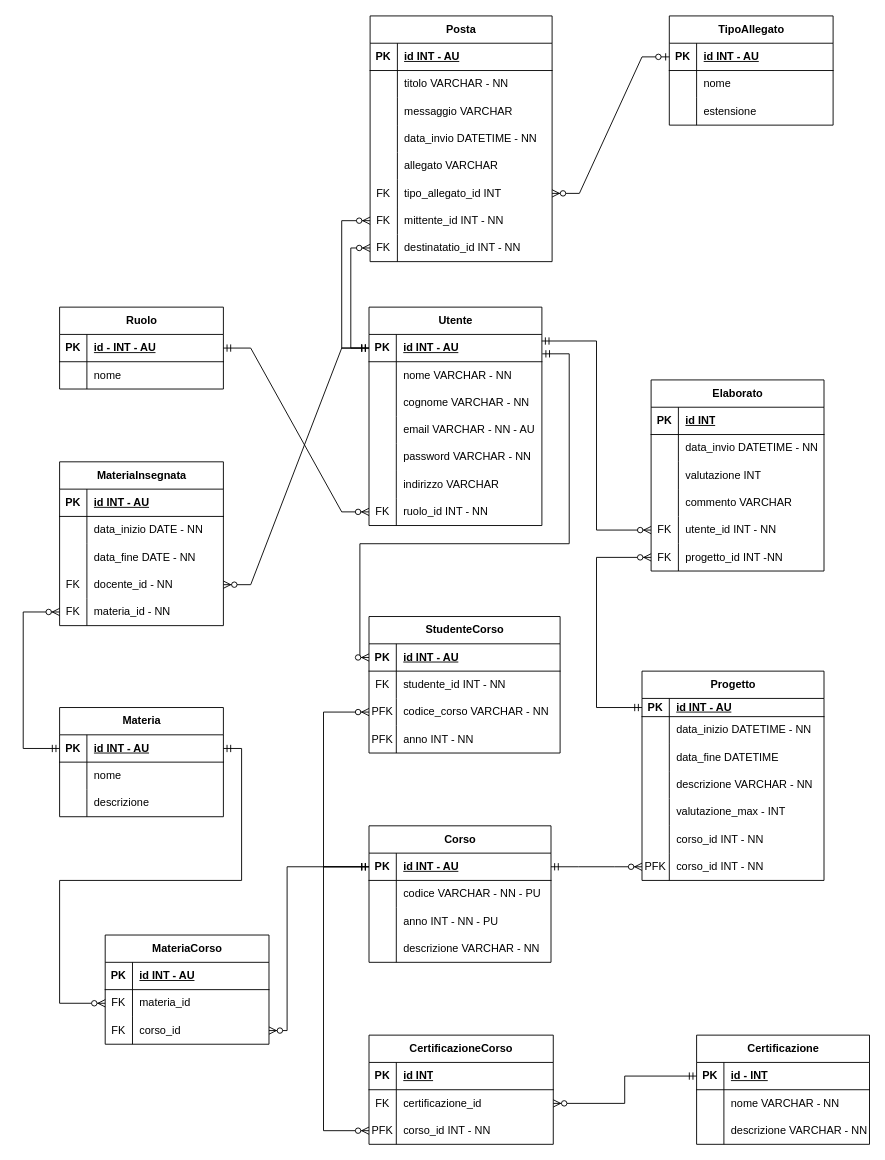
This is src/main/resources/static/Info_School_Logic.drawio from FabioSarci/InfoSchool, a draw.io file, before an edit. Source tidied: cells renumbered, new cells numbered last; positions are measured from the earlier drawing's top-left corner, leaving out a move shared by most shapes. Both pictures are drawn from the tidied source at 91%, with x=0, y=0 at pixel (23, 15).
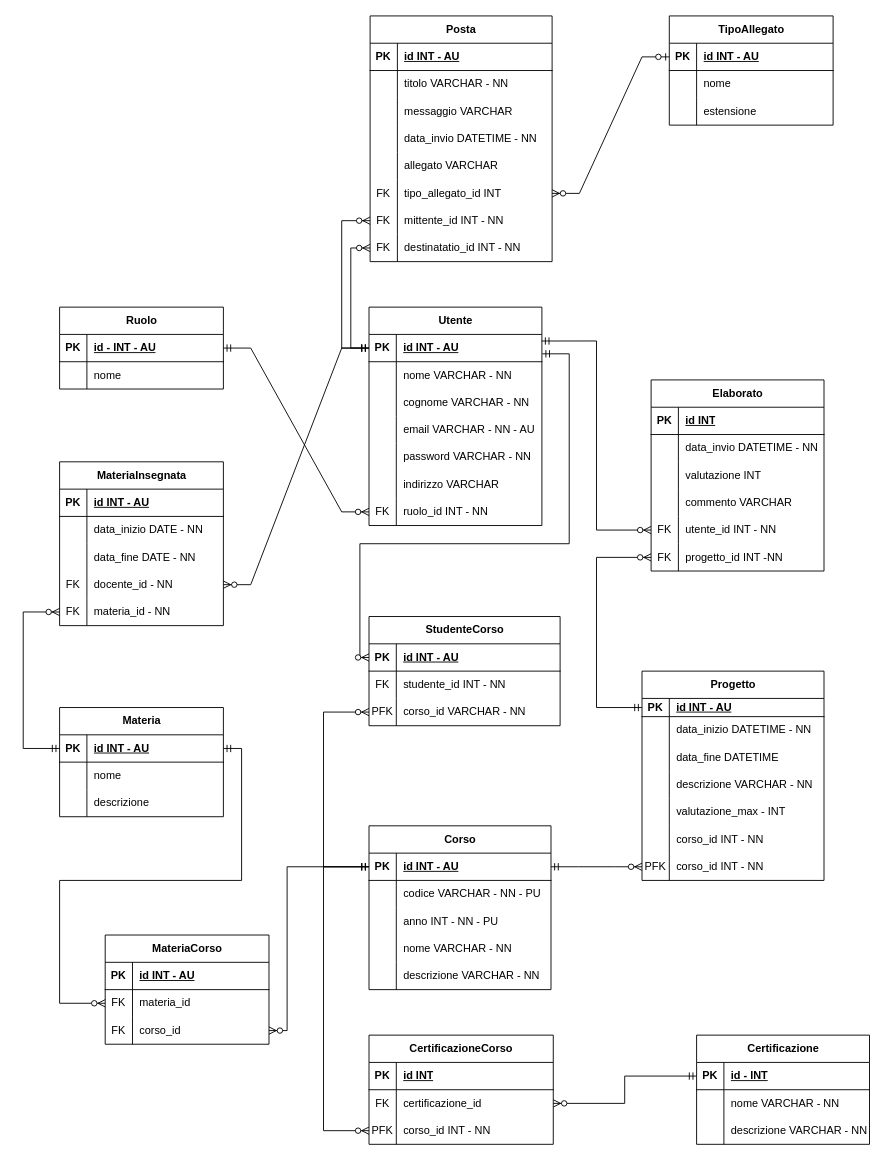
The same diagram, later.

Commit message (it also covers changes not shown here):
draw.io edit, aggiunta l' associazione tra user e role e creata l'entità course con associazione a user

Unchanged cells that the change refers to:
```xml
<mxCell id="39" style="shape=tableRow;horizontal=0;startSize=0;swimlaneHead=0;swimlaneBody=0;fillColor=none;points=[[0,0.5],[1,0.5]];portConstraint=eastwest;top=0;left=0;right=0;bottom=0;" parent="32" vertex="1">
  <mxGeometry y="90" width="210" height="30" as="geometry" />
</mxCell>
```

What changed in the source:
```diff
@@
     <mxCell id="32" value="StudenteCorso" style="shape=table;startSize=30;childLayout=tableLayout;rowLines=0;fontStyle=1;align=center;html=1;" parent="1" vertex="1">
-      <mxGeometry x="380" y="660" width="210" height="150" as="geometry" />
+      <mxGeometry x="380" y="660" width="210" height="120" as="geometry" />
     </mxCell>
@@
-    <mxCell id="41" value="codice_corso VARCHAR - NN" style="shape=partialRectangle;fillColor=none;top=0;left=0;bottom=0;right=0;align=left;spacingLeft=6;overflow=hidden;whiteSpace=wrap;html=1;" parent="39" vertex="1">
+    <mxCell id="41" value="corso_id VARCHAR - NN" style="shape=partialRectangle;fillColor=none;top=0;left=0;bottom=0;right=0;align=left;spacingLeft=6;overflow=hidden;whiteSpace=wrap;html=1;" parent="39" vertex="1">
       <mxGeometry x="30" width="180" height="30" as="geometry" />
     </mxCell>
-    <mxCell id="42" style="shape=tableRow;horizontal=0;startSize=0;swimlaneHead=0;swimlaneBody=0;fillColor=none;top=0;left=0;right=0;bottom=0;" parent="32" vertex="1">
-      <mxGeometry y="120" width="210" height="30" as="geometry" />
-    </mxCell>
-    <mxCell id="43" value="PFK" style="shape=partialRectangle;fillColor=none;top=0;left=0;bottom=0;right=0;overflow=hidden;whiteSpace=wrap;html=1;" parent="42" vertex="1">
-      <mxGeometry width="30" height="30" as="geometry" />
-    </mxCell>
-    <mxCell id="44" value="anno INT - NN" style="shape=partialRectangle;fillColor=none;top=0;left=0;bottom=0;right=0;align=left;spacingLeft=6;overflow=hidden;whiteSpace=wrap;html=1;" parent="42" vertex="1">
-      <mxGeometry x="30" width="180" height="30" as="geometry" />
-    </mxCell>
@@
     <mxCell id="151" value="Corso" style="shape=table;startSize=30;childLayout=tableLayout;rowLines=0;fontStyle=1;align=center;html=1;" parent="1" vertex="1">
-      <mxGeometry x="380" y="890" width="200" height="150" as="geometry" />
+      <mxGeometry x="380" y="890" width="200" height="180" as="geometry" />
     </mxCell>
@@
+    <mxCell id="204" style="shape=tableRow;horizontal=0;startSize=0;swimlaneHead=0;swimlaneBody=0;fillColor=none;top=0;left=0;right=0;bottom=0;" parent="151" vertex="1">
+      <mxGeometry y="120" width="200" height="30" as="geometry" />
+    </mxCell>
+    <mxCell id="205" style="shape=partialRectangle;fillColor=none;top=0;left=0;bottom=0;right=0;overflow=hidden;whiteSpace=wrap;html=1;" parent="204" vertex="1">
+      <mxGeometry width="30" height="30" as="geometry" />
+    </mxCell>
+    <mxCell id="206" value="nome VARCHAR - NN" style="shape=partialRectangle;fillColor=none;top=0;left=0;bottom=0;right=0;align=left;spacingLeft=6;overflow=hidden;whiteSpace=wrap;html=1;" parent="204" vertex="1">
+      <mxGeometry x="30" width="170" height="30" as="geometry" />
+    </mxCell>
     <mxCell id="161" style="shape=tableRow;horizontal=0;startSize=0;swimlaneHead=0;swimlaneBody=0;fillColor=none;top=0;left=0;right=0;bottom=0;" parent="151" vertex="1">
-      <mxGeometry y="120" width="200" height="30" as="geometry" />
+      <mxGeometry y="150" width="200" height="30" as="geometry" />
     </mxCell>
```
